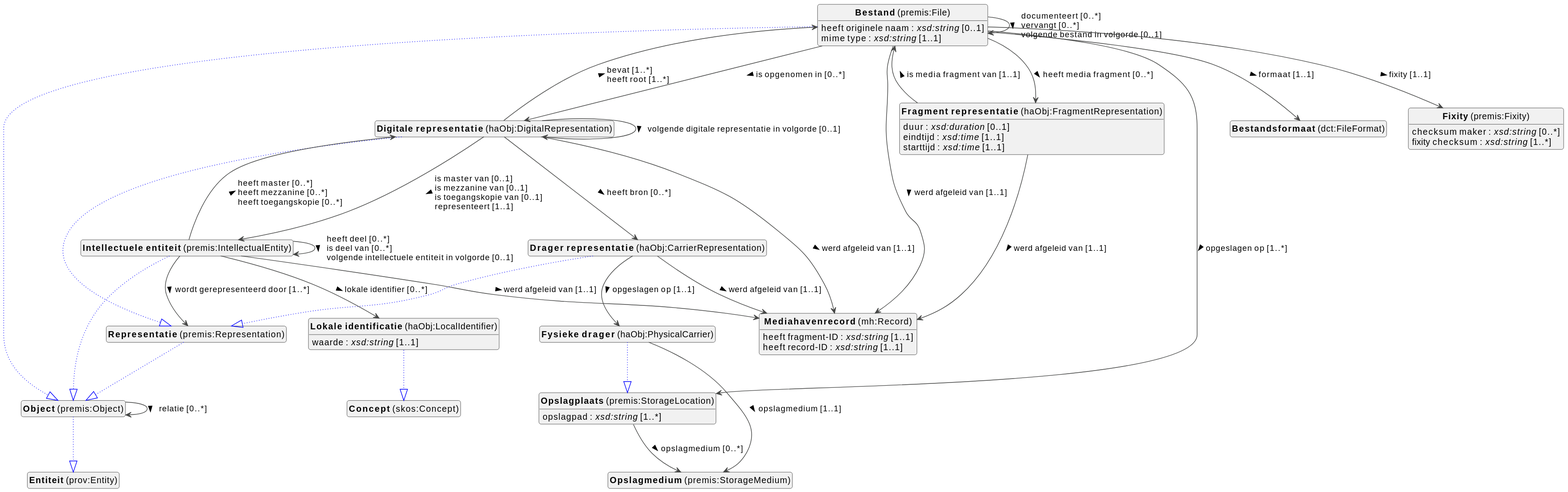
viaacode/documentation-jekyll keeps this PlantUML diagram as docs/metadata/knowledge-graph/0.0.1/objects/nl/objects-diagram.svg. Above is the earlier version.
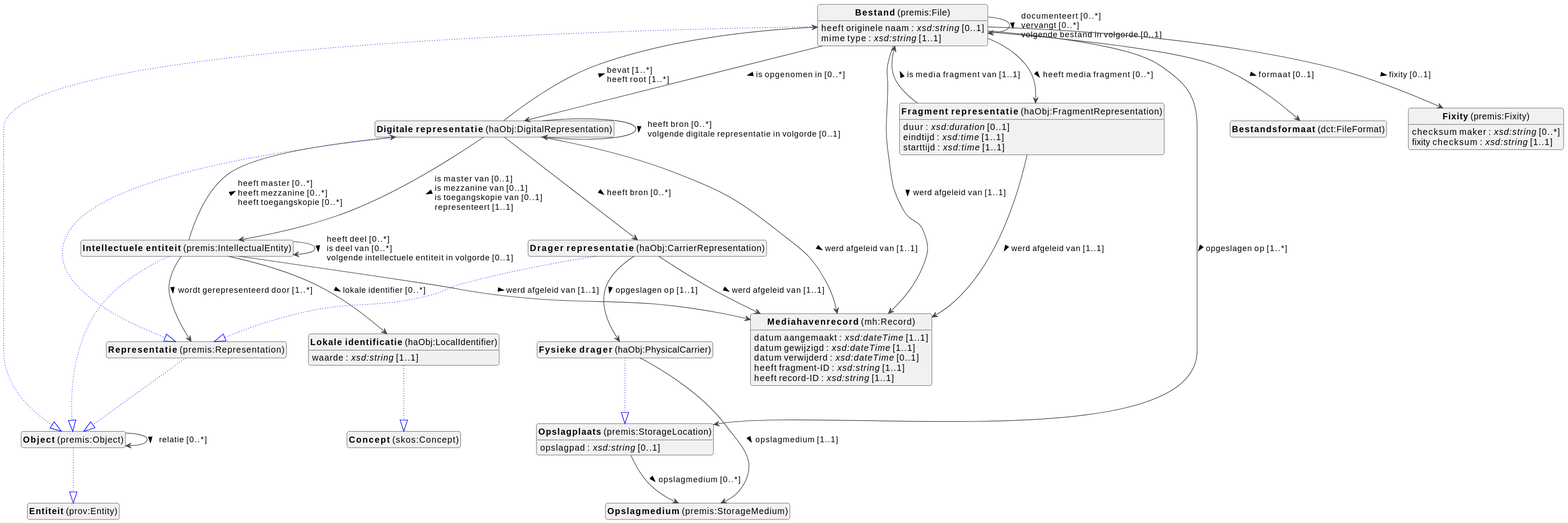
After the change.

The edit, as a diff of the source:
```diff
@@ -38,12 +38,12 @@
 premis_File : heeft (bestands)grootte : <i>xsd:nonNegativeInteger</i> [1..1]
 premis_File : heeft originele naam : <i>xsd:string</i> [0..1]
 premis_File : mime type : <i>xsd:string</i> [1..1]
-premis_File --> dct_FileFormat :formaat [1..1]  >
+premis_File --> dct_FileFormat :formaat [0..1]  >
 premis_File --> haObj_DigitalRepresentation :is opgenomen in [0..*]  >
 premis_File --> haObj_FragmentRepresentation :heeft media fragment [0..*]  >
 premis_File --> mh_Record :werd afgeleid van [1..1]  >
 premis_File --> premis_File :documenteert [0..*]  \lvervangt [0..*]  \lvolgende bestand in volgorde [0..1]  >
-premis_File --> premis_Fixity :fixity [1..1]  >
+premis_File --> premis_Fixity :fixity [0..1]  >
 premis_File --> premis_StorageLocation :opgeslagen op [1..*]  >
 
 
@@ -53,7 +53,7 @@
 haObj_DigitalRepresentation --|> premis_Representation #blue;line.dotted;text:blue
 
 haObj_DigitalRepresentation --> haObj_CarrierRepresentation :heeft bron [0..*]  >
-haObj_DigitalRepresentation --> haObj_DigitalRepresentation :volgende digitale representatie in volgorde [0..1]  >
+haObj_DigitalRepresentation --> haObj_DigitalRepresentation :heeft bron [0..*]  \lvolgende digitale representatie in volgorde [0..1]  >
 haObj_DigitalRepresentation --> mh_Record :werd afgeleid van [1..1]  >
 haObj_DigitalRepresentation --> premis_File :bevat [1..*]  \lheeft root [1..*]  >
 haObj_DigitalRepresentation --> premis_IntellectualEntity :is master van [0..1]  \lis mezzanine van [0..1]  \lis toegangskopie van [0..1]  \lrepresenteert [1..1]  >
@@ -65,7 +65,7 @@
 
 
 premis_Fixity : checksum maker : <i>xsd:string</i> [0..*]
-premis_Fixity : fixity checksum : <i>xsd:string</i> [1..*]
+premis_Fixity : fixity checksum : <i>xsd:string</i> [1..1]
 
 
 
@@ -95,8 +95,12 @@
 
 
 
+mh_Record : datum aangemaakt : <i>xsd:dateTime</i> [1..1]
+mh_Record : datum gewijzigd : <i>xsd:dateTime</i> [1..1]
+mh_Record : datum verwijderd : <i>xsd:dateTime</i> [0..1]
 mh_Record : heeft fragment-ID : <i>xsd:string</i> [1..1]
 mh_Record : heeft record-ID : <i>xsd:string</i> [1..1]
+
 
 
 premis_Object --|> prov_Entity #blue;line.dotted;text:blue
@@ -106,7 +110,7 @@
 
 
 
-premis_StorageLocation : opslagpad : <i>xsd:string</i> [1..*]
+premis_StorageLocation : opslagpad : <i>xsd:string</i> [0..1]
 premis_StorageLocation --> premis_StorageMedium :opslagmedium [0..*]  >
 
 
```
